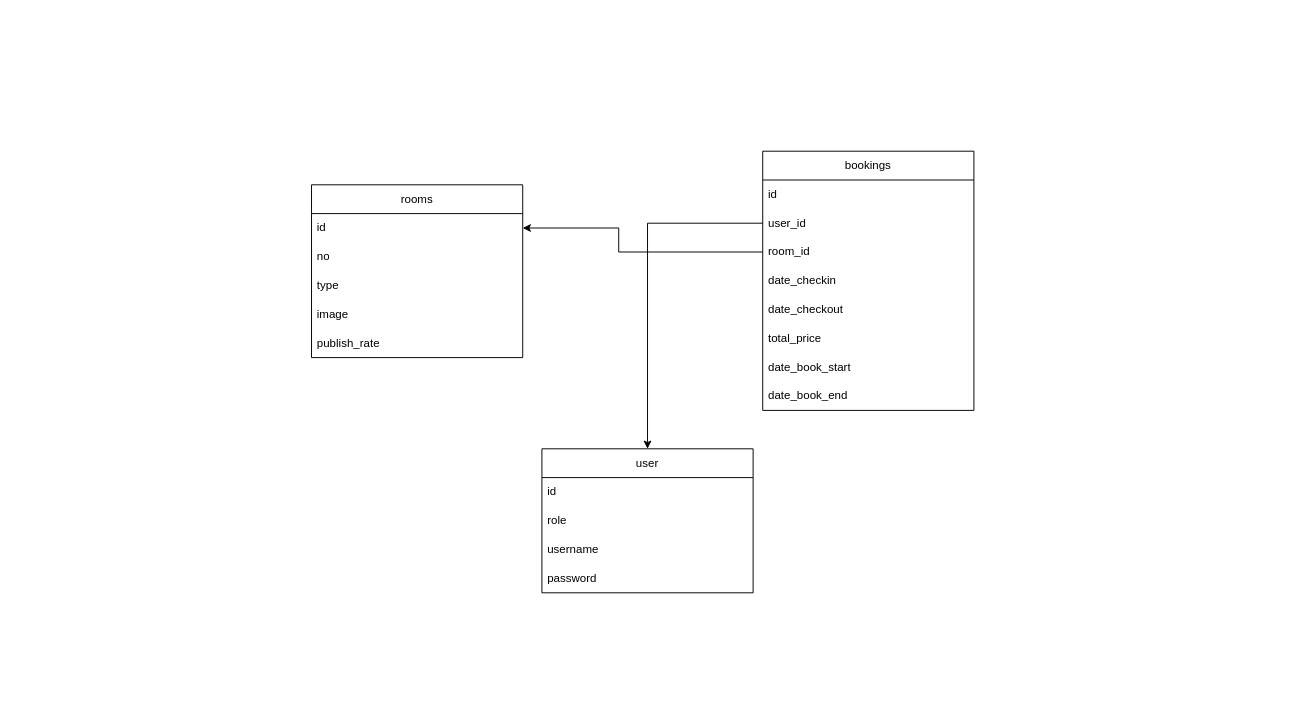
The draw.io diagram ERD.drawio in ahmadxgani/oishi_hotel, before the edit. Source tidied: cells renumbered, new cells numbered last; positions are measured from the earlier drawing's top-left corner, leaving out a move shared by most shapes. Both pictures are drawn from the tidied source at 96%, with x=0, y=0 at pixel (311, 151).
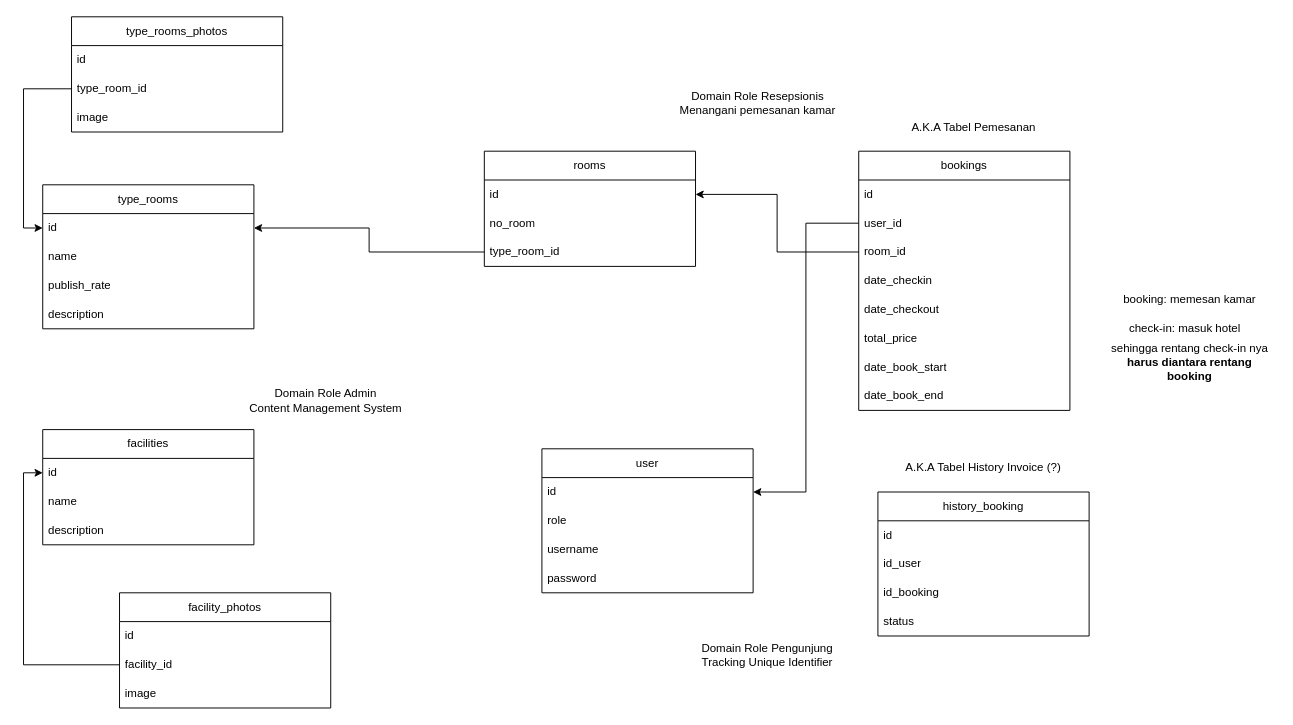
After the change.

Commit message (it also covers changes not shown here):
update diagram and note

Unchanged cells that the change refers to:
```xml
<mxCell id="3" value="id" style="text;strokeColor=none;fillColor=none;align=left;verticalAlign=middle;spacingLeft=4;spacingRight=4;overflow=hidden;points=[[0,0.5],[1,0.5]];portConstraint=eastwest;whiteSpace=wrap;html=1;" parent="2" vertex="1">
  <mxGeometry y="30" width="220" height="30" as="geometry" />
</mxCell>
<mxCell id="10" value="user_id" style="text;strokeColor=none;fillColor=none;align=left;verticalAlign=middle;spacingLeft=4;spacingRight=4;overflow=hidden;points=[[0,0.5],[1,0.5]];portConstraint=eastwest;whiteSpace=wrap;html=1;" parent="8" vertex="1">
  <mxGeometry y="60" width="220" height="30" as="geometry" />
</mxCell>
<mxCell id="11" value="room_id" style="text;strokeColor=none;fillColor=none;align=left;verticalAlign=middle;spacingLeft=4;spacingRight=4;overflow=hidden;points=[[0,0.5],[1,0.5]];portConstraint=eastwest;whiteSpace=wrap;html=1;" parent="8" vertex="1">
  <mxGeometry y="90" width="220" height="30" as="geometry" />
</mxCell>
<mxCell id="17" value="user" style="swimlane;fontStyle=0;horizontal=1;startSize=30;whiteSpace=wrap;html=1;" parent="1" vertex="1">
  <mxGeometry x="240" y="310" width="220" height="150" as="geometry" />
</mxCell>
<mxCell id="18" value="id" style="text;strokeColor=none;fillColor=none;align=left;verticalAlign=middle;spacingLeft=4;spacingRight=4;overflow=hidden;points=[[0,0.5],[1,0.5]];portConstraint=eastwest;whiteSpace=wrap;html=1;" parent="17" vertex="1">
  <mxGeometry y="30" width="220" height="30" as="geometry" />
</mxCell>
```

Change to the diagram source:
```diff
@@
     <mxCell id="2" value="rooms" style="swimlane;fontStyle=0;horizontal=1;startSize=30;whiteSpace=wrap;html=1;" parent="1" vertex="1">
-      <mxGeometry y="35" width="220" height="180" as="geometry" />
+      <mxGeometry x="180" width="220" height="120" as="geometry" />
     </mxCell>
@@
-    <mxCell id="4" value="no" style="text;strokeColor=none;fillColor=none;align=left;verticalAlign=middle;spacingLeft=4;spacingRight=4;overflow=hidden;whiteSpace=wrap;html=1;" parent="2" vertex="1">
+    <mxCell id="4" value="no_room" style="text;strokeColor=none;fillColor=none;align=left;verticalAlign=middle;spacingLeft=4;spacingRight=4;overflow=hidden;whiteSpace=wrap;html=1;" parent="2" vertex="1">
       <mxGeometry y="60" width="220" height="30" as="geometry" />
     </mxCell>
-    <mxCell id="5" value="type" style="text;strokeColor=none;fillColor=none;align=left;verticalAlign=middle;spacingLeft=4;spacingRight=4;overflow=hidden;points=[[0,0.5],[1,0.5]];portConstraint=eastwest;whiteSpace=wrap;html=1;" parent="2" vertex="1">
+    <mxCell id="5" value="type_room_id" style="text;strokeColor=none;fillColor=none;align=left;verticalAlign=middle;spacingLeft=4;spacingRight=4;overflow=hidden;points=[[0,0.5],[1,0.5]];portConstraint=eastwest;whiteSpace=wrap;html=1;" parent="2" vertex="1">
       <mxGeometry y="90" width="220" height="30" as="geometry" />
     </mxCell>
-    <mxCell id="6" value="image" style="text;strokeColor=none;fillColor=none;align=left;verticalAlign=middle;spacingLeft=4;spacingRight=4;overflow=hidden;whiteSpace=wrap;html=1;" parent="2" vertex="1">
-      <mxGeometry y="120" width="220" height="30" as="geometry" />
-    </mxCell>
-    <mxCell id="7" value="publish_rate" style="text;strokeColor=none;fillColor=none;align=left;verticalAlign=middle;spacingLeft=4;spacingRight=4;overflow=hidden;whiteSpace=wrap;html=1;" parent="2" vertex="1">
-      <mxGeometry y="150" width="220" height="30" as="geometry" />
-    </mxCell>
     <mxCell id="8" value="bookings" style="swimlane;fontStyle=0;horizontal=1;startSize=30;whiteSpace=wrap;html=1;" parent="1" vertex="1">
-      <mxGeometry x="470" width="220" height="270" as="geometry" />
+      <mxGeometry x="570" width="220" height="270" as="geometry" />
     </mxCell>
@@
-    <mxCell id="22" style="edgeStyle=orthogonalEdgeStyle;rounded=0;jettySize=auto;html=1;" parent="1" edge="1" source="10" target="17">
+    <mxCell id="22" style="edgeStyle=orthogonalEdgeStyle;rounded=0;jettySize=auto;html=1;entryX=1;entryY=0.5;entryDx=0;entryDy=0;" parent="1" edge="1" source="10" target="18">
       <mxGeometry relative="1" as="geometry" />
     </mxCell>
+    <mxCell id="24" value="A.K.A Tabel Pemesanan" style="text;html=1;strokeColor=none;fillColor=none;align=center;verticalAlign=middle;whiteSpace=wrap;rounded=0;" parent="1" vertex="1">
+      <mxGeometry x="620" y="-40" width="140" height="30" as="geometry" />
+    </mxCell>
+    <mxCell id="25" value="history_booking" style="swimlane;fontStyle=0;horizontal=1;startSize=30;whiteSpace=wrap;html=1;" parent="1" vertex="1">
+      <mxGeometry x="590" y="355" width="220" height="150" as="geometry" />
+    </mxCell>
+    <mxCell id="26" value="id" style="text;strokeColor=none;fillColor=none;align=left;verticalAlign=middle;spacingLeft=4;spacingRight=4;overflow=hidden;whiteSpace=wrap;html=1;" parent="25" vertex="1">
+      <mxGeometry y="30" width="220" height="30" as="geometry" />
+    </mxCell>
+    <mxCell id="27" value="id_user" style="text;strokeColor=none;fillColor=none;align=left;verticalAlign=middle;spacingLeft=4;spacingRight=4;overflow=hidden;whiteSpace=wrap;html=1;" parent="25" vertex="1">
+      <mxGeometry y="60" width="220" height="30" as="geometry" />
+    </mxCell>
+    <mxCell id="28" value="id_booking" style="text;strokeColor=none;fillColor=none;align=left;verticalAlign=middle;spacingLeft=4;spacingRight=4;overflow=hidden;whiteSpace=wrap;html=1;" parent="25" vertex="1">
+      <mxGeometry y="90" width="220" height="30" as="geometry" />
+    </mxCell>
+    <mxCell id="29" value="status" style="text;strokeColor=none;fillColor=none;align=left;verticalAlign=middle;spacingLeft=4;spacingRight=4;overflow=hidden;whiteSpace=wrap;html=1;" parent="25" vertex="1">
+      <mxGeometry y="120" width="220" height="30" as="geometry" />
+    </mxCell>
+    <mxCell id="30" value="type_rooms" style="swimlane;fontStyle=0;horizontal=1;startSize=30;whiteSpace=wrap;html=1;" parent="1" vertex="1">
+      <mxGeometry x="-280" y="35" width="220" height="150" as="geometry" />
+    </mxCell>
+    <mxCell id="31" value="id" style="text;strokeColor=none;fillColor=none;align=left;verticalAlign=middle;spacingLeft=4;spacingRight=4;overflow=hidden;points=[[0,0.5],[1,0.5]];portConstraint=eastwest;whiteSpace=wrap;html=1;" parent="30" vertex="1">
+      <mxGeometry y="30" width="220" height="30" as="geometry" />
+    </mxCell>
+    <mxCell id="32" value="name" style="text;strokeColor=none;fillColor=none;align=left;verticalAlign=middle;spacingLeft=4;spacingRight=4;overflow=hidden;whiteSpace=wrap;html=1;" parent="30" vertex="1">
+      <mxGeometry y="60" width="220" height="30" as="geometry" />
+    </mxCell>
+    <mxCell id="7" value="publish_rate" style="text;strokeColor=none;fillColor=none;align=left;verticalAlign=middle;spacingLeft=4;spacingRight=4;overflow=hidden;whiteSpace=wrap;html=1;" parent="30" vertex="1">
+      <mxGeometry y="90" width="220" height="30" as="geometry" />
+    </mxCell>
+    <mxCell id="33" value="description" style="text;strokeColor=none;fillColor=none;align=left;verticalAlign=middle;spacingLeft=4;spacingRight=4;overflow=hidden;whiteSpace=wrap;html=1;" parent="30" vertex="1">
+      <mxGeometry y="120" width="220" height="30" as="geometry" />
+    </mxCell>
+    <mxCell id="34" value="A.K.A Tabel History Invoice (?)" style="text;html=1;strokeColor=none;fillColor=none;align=center;verticalAlign=middle;whiteSpace=wrap;rounded=0;" parent="1" vertex="1">
+      <mxGeometry x="610" y="315" width="180" height="30" as="geometry" />
+    </mxCell>
+    <mxCell id="35" value="Domain Role Admin&lt;br&gt;Content Management System" style="text;html=1;strokeColor=none;fillColor=none;align=center;verticalAlign=middle;whiteSpace=wrap;rounded=0;" parent="1" vertex="1">
+      <mxGeometry x="-70" y="240" width="170" height="40" as="geometry" />
+    </mxCell>
+    <mxCell id="36" value="Domain Role Pengunjung&lt;br&gt;Tracking Unique Identifier" style="text;html=1;strokeColor=none;fillColor=none;align=center;verticalAlign=middle;whiteSpace=wrap;rounded=0;" parent="1" vertex="1">
+      <mxGeometry x="390" y="505" width="170" height="40" as="geometry" />
+    </mxCell>
+    <mxCell id="37" value="Domain Role Resepsionis&lt;br&gt;Menangani pemesanan kamar" style="text;html=1;strokeColor=none;fillColor=none;align=center;verticalAlign=middle;whiteSpace=wrap;rounded=0;" parent="1" vertex="1">
+      <mxGeometry x="380" y="-70" width="170" height="40" as="geometry" />
+    </mxCell>
+    <mxCell id="38" value="facilities" style="swimlane;fontStyle=0;horizontal=1;startSize=30;whiteSpace=wrap;html=1;" parent="1" vertex="1">
+      <mxGeometry x="-280" y="290" width="220" height="120" as="geometry" />
+    </mxCell>
+    <mxCell id="39" value="id" style="text;strokeColor=none;fillColor=none;align=left;verticalAlign=middle;spacingLeft=4;spacingRight=4;overflow=hidden;points=[[0,0.5],[1,0.5]];portConstraint=eastwest;whiteSpace=wrap;html=1;" parent="38" vertex="1">
+      <mxGeometry y="30" width="220" height="30" as="geometry" />
+    </mxCell>
+    <mxCell id="40" value="name" style="text;strokeColor=none;fillColor=none;align=left;verticalAlign=middle;spacingLeft=4;spacingRight=4;overflow=hidden;whiteSpace=wrap;html=1;" parent="38" vertex="1">
+      <mxGeometry y="60" width="220" height="30" as="geometry" />
+    </mxCell>
+    <mxCell id="41" value="description" style="text;strokeColor=none;fillColor=none;align=left;verticalAlign=middle;spacingLeft=4;spacingRight=4;overflow=hidden;whiteSpace=wrap;html=1;" parent="38" vertex="1">
+      <mxGeometry y="90" width="220" height="30" as="geometry" />
+    </mxCell>
-    <mxCell id="23" style="edgeStyle=orthogonalEdgeStyle;rounded=0;jettySize=auto;html=1;entryX=1;entryY=0.5;entryDx=0;entryDy=0;" parent="1" edge="1" source="11" target="3">
-      <mxGeometry relative="1" as="geometry">
-        <Array as="points">
-          <mxPoint x="320" y="105" />
-          <mxPoint x="320" y="80" />
-        </Array>
-      </mxGeometry>
+    <mxCell id="23" style="edgeStyle=orthogonalEdgeStyle;rounded=0;jettySize=auto;html=1;exitX=0;exitY=0.5;exitDx=0;exitDy=0;entryX=1;entryY=0.5;entryDx=0;entryDy=0;" parent="1" edge="1" source="11" target="3">
+      <mxGeometry relative="1" as="geometry" />
     </mxCell>
+    <mxCell id="42" style="edgeStyle=orthogonalEdgeStyle;rounded=0;jettySize=auto;html=1;entryX=1;entryY=0.5;entryDx=0;entryDy=0;" parent="1" edge="1" source="5" target="31">
+      <mxGeometry relative="1" as="geometry" />
+    </mxCell>
+    <mxCell id="43" value="check-in: masuk hotel" style="text;html=1;strokeColor=none;fillColor=none;align=center;verticalAlign=middle;whiteSpace=wrap;rounded=0;" parent="1" vertex="1">
+      <mxGeometry x="840" y="170" width="140" height="30" as="geometry" />
+    </mxCell>
+    <mxCell id="44" value="booking: memesan kamar" style="text;html=1;strokeColor=none;fillColor=none;align=center;verticalAlign=middle;whiteSpace=wrap;rounded=0;" parent="1" vertex="1">
+      <mxGeometry x="840" y="140" width="150" height="30" as="geometry" />
+    </mxCell>
+    <mxCell id="45" style="edgeStyle=orthogonalEdgeStyle;rounded=0;orthogonalLoop=1;jettySize=auto;html=1;exitX=0.5;exitY=1;exitDx=0;exitDy=0;" parent="1" edge="1" source="43" target="43">
+      <mxGeometry relative="1" as="geometry" />
+    </mxCell>
+    <mxCell id="46" value="sehingga rentang check-in nya &lt;b&gt;harus diantara rentang booking&lt;/b&gt;" style="text;html=1;strokeColor=none;fillColor=none;align=center;verticalAlign=middle;whiteSpace=wrap;rounded=0;" parent="1" vertex="1">
+      <mxGeometry x="825" y="200" width="180" height="40" as="geometry" />
+    </mxCell>
+    <mxCell id="47" value="facility_photos" style="swimlane;fontStyle=0;horizontal=1;startSize=30;whiteSpace=wrap;html=1;" parent="1" vertex="1">
+      <mxGeometry x="-200" y="460" width="220" height="120" as="geometry" />
+    </mxCell>
+    <mxCell id="48" value="id" style="text;strokeColor=none;fillColor=none;align=left;verticalAlign=middle;spacingLeft=4;spacingRight=4;overflow=hidden;whiteSpace=wrap;html=1;" parent="47" vertex="1">
+      <mxGeometry y="30" width="220" height="30" as="geometry" />
+    </mxCell>
+    <mxCell id="49" value="facility_id" style="text;strokeColor=none;fillColor=none;align=left;verticalAlign=middle;spacingLeft=4;spacingRight=4;overflow=hidden;points=[[0,0.5],[1,0.5]];portConstraint=eastwest;whiteSpace=wrap;html=1;" parent="47" vertex="1">
+      <mxGeometry y="60" width="220" height="30" as="geometry" />
+    </mxCell>
+    <mxCell id="50" value="image" style="text;strokeColor=none;fillColor=none;align=left;verticalAlign=middle;spacingLeft=4;spacingRight=4;overflow=hidden;whiteSpace=wrap;html=1;" parent="47" vertex="1">
+      <mxGeometry y="90" width="220" height="30" as="geometry" />
+    </mxCell>
+    <mxCell id="51" style="edgeStyle=orthogonalEdgeStyle;rounded=0;jettySize=auto;html=1;entryX=0;entryY=0.5;entryDx=0;entryDy=0;" parent="1" edge="1" source="49" target="39">
+      <mxGeometry relative="1" as="geometry" />
+    </mxCell>
+    <mxCell id="52" value="type_rooms_photos" style="swimlane;fontStyle=0;horizontal=1;startSize=30;whiteSpace=wrap;html=1;" parent="1" vertex="1">
+      <mxGeometry x="-250" y="-140" width="220" height="120" as="geometry" />
+    </mxCell>
+    <mxCell id="53" value="id" style="text;strokeColor=none;fillColor=none;align=left;verticalAlign=middle;spacingLeft=4;spacingRight=4;overflow=hidden;whiteSpace=wrap;html=1;" parent="52" vertex="1">
+      <mxGeometry y="30" width="220" height="30" as="geometry" />
+    </mxCell>
+    <mxCell id="54" value="type_room_id" style="text;strokeColor=none;fillColor=none;align=left;verticalAlign=middle;spacingLeft=4;spacingRight=4;overflow=hidden;points=[[0,0.5],[1,0.5]];portConstraint=eastwest;whiteSpace=wrap;html=1;" parent="52" vertex="1">
+      <mxGeometry y="60" width="220" height="30" as="geometry" />
+    </mxCell>
+    <mxCell id="55" value="image" style="text;strokeColor=none;fillColor=none;align=left;verticalAlign=middle;spacingLeft=4;spacingRight=4;overflow=hidden;whiteSpace=wrap;html=1;" parent="52" vertex="1">
+      <mxGeometry y="90" width="220" height="30" as="geometry" />
+    </mxCell>
+    <mxCell id="56" style="edgeStyle=orthogonalEdgeStyle;rounded=0;jettySize=auto;html=1;entryX=0;entryY=0.5;entryDx=0;entryDy=0;" parent="1" edge="1" source="54" target="31">
+      <mxGeometry relative="1" as="geometry" />
+    </mxCell>
```
